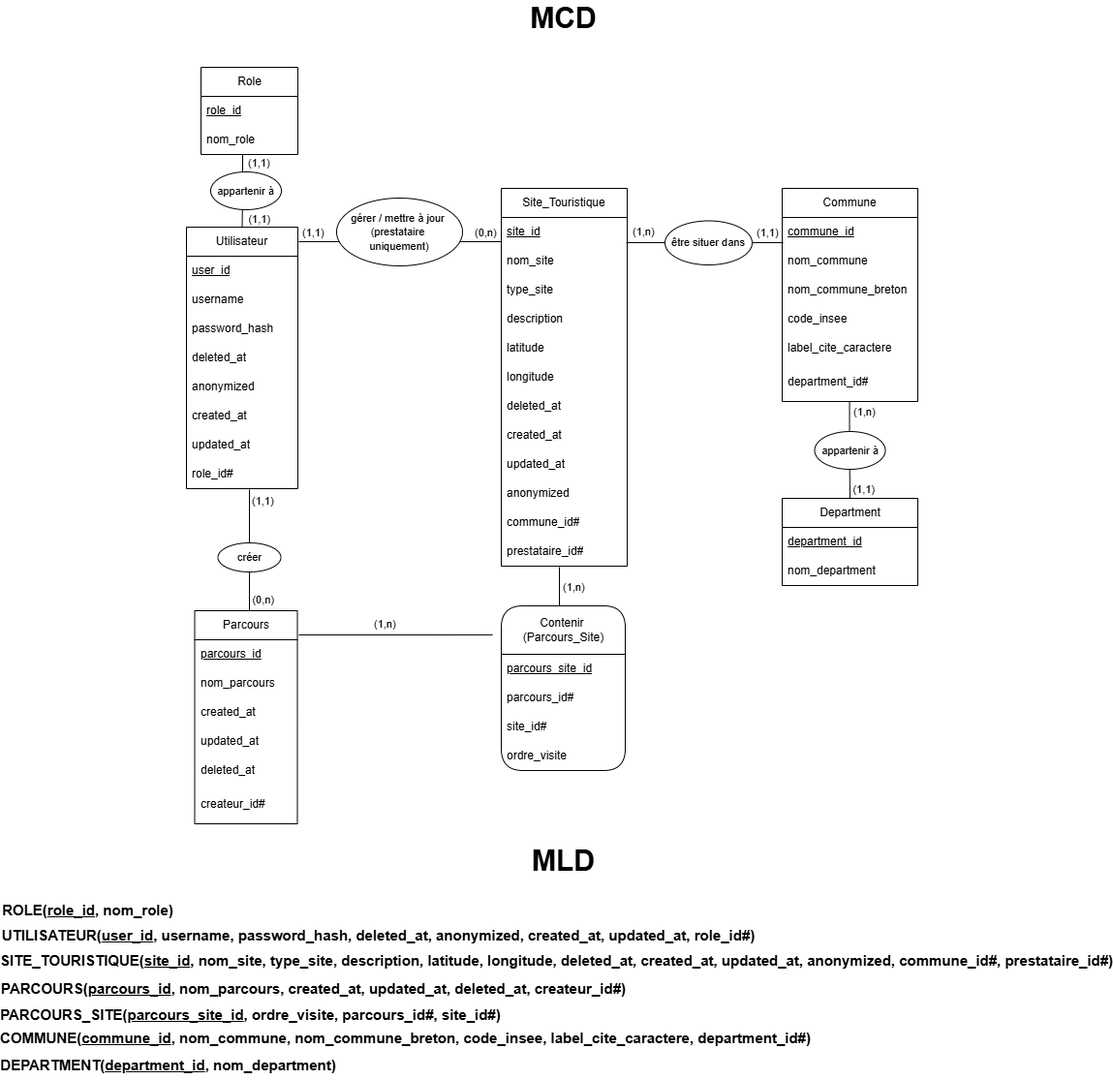
This is MCD_MLD_Lumea.png from go2375/Luma, a draw.io export, as it was before one commit. Source tidied: cells renumbered, new cells last; positions are measured from the earlier drawing's top-left corner, leaving out a move shared by most shapes.
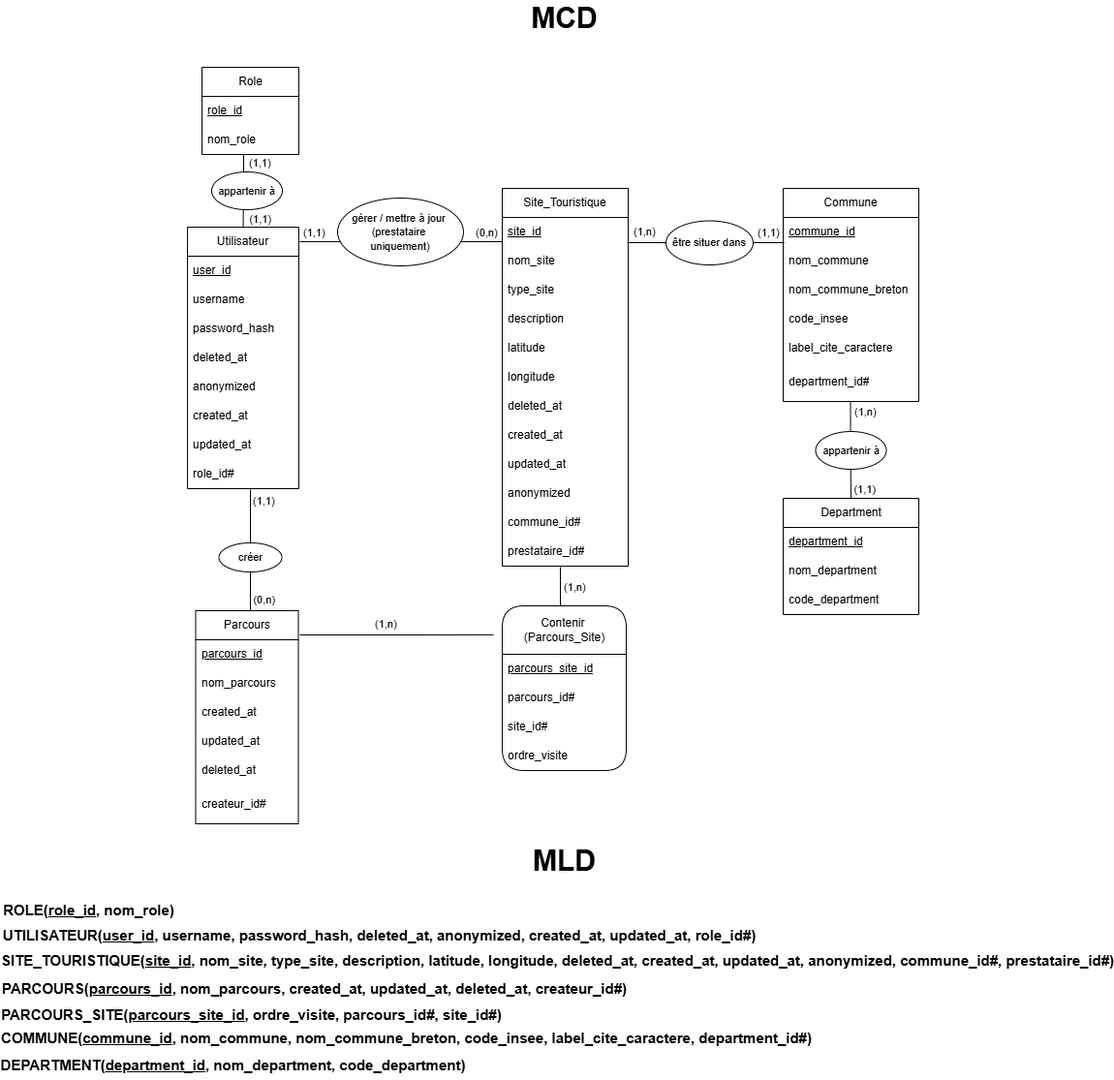
The same file after the commit.

What changed in the source:
```diff
@@ -89,7 +89,7 @@
       <mxGeometry y="140" width="128" height="30" as="geometry" />
     </mxCell>
     <mxCell id="28" value="Department" style="swimlane;fontStyle=0;horizontal=1;startSize=30;html=1;" parent="1" vertex="1">
-      <mxGeometry x="758" y="509" width="140" height="90" as="geometry" />
+      <mxGeometry x="758" y="509" width="140" height="120" as="geometry" />
     </mxCell>
     <mxCell id="29" value="&lt;u&gt;department_id&lt;/u&gt;" style="text;strokeColor=none;fillColor=none;align=left;verticalAlign=middle;spacingLeft=4;spacingRight=4;overflow=hidden;whiteSpace=wrap;html=1;" parent="28" vertex="1">
       <mxGeometry y="30" width="140" height="30" as="geometry" />
@@ -97,6 +97,9 @@
     <mxCell id="30" value="nom_department" style="text;strokeColor=none;fillColor=none;align=left;verticalAlign=middle;spacingLeft=4;spacingRight=4;overflow=hidden;whiteSpace=wrap;html=1;" parent="28" vertex="1">
       <mxGeometry y="60" width="140" height="30" as="geometry" />
     </mxCell>
+    <mxCell id="83" value="code_department" style="text;strokeColor=none;fillColor=none;align=left;verticalAlign=middle;spacingLeft=4;spacingRight=4;overflow=hidden;whiteSpace=wrap;html=1;" parent="28" vertex="1">
+      <mxGeometry y="90" width="140" height="30" as="geometry" />
+    </mxCell>
     <mxCell id="31" value="Commune" style="swimlane;fontStyle=0;horizontal=1;startSize=30;whiteSpace=wrap;html=1;" parent="1" vertex="1">
       <mxGeometry x="758" y="189" width="140" height="220" as="geometry" />
     </mxCell>
@@ -290,8 +293,8 @@
     <mxCell id="81" value="COMMUNE(&lt;u&gt;commune_id&lt;/u&gt;, nom_commune, nom_commune_breton, code_insee, label_cite_caractere, department_id#)" style="text;align=center;fontStyle=1;verticalAlign=middle;spacingLeft=3;spacingRight=3;strokeColor=none;html=1;fontSize=15;" parent="1" vertex="1">
       <mxGeometry x="329" y="1049" width="80" height="33" as="geometry" />
     </mxCell>
-    <mxCell id="82" value="DEPARTMENT(&lt;u&gt;department_id&lt;/u&gt;, nom_department)" style="text;align=center;fontStyle=1;verticalAlign=middle;spacingLeft=3;spacingRight=3;strokeColor=none;html=1;fontSize=15;" parent="1" vertex="1">
-      <mxGeometry x="83.5" y="1077" width="80" height="33" as="geometry" />
+    <mxCell id="82" value="DEPARTMENT(&lt;u&gt;department_id&lt;/u&gt;, nom_department, code_department)" style="text;align=center;fontStyle=1;verticalAlign=middle;spacingLeft=3;spacingRight=3;strokeColor=none;html=1;fontSize=15;" parent="1" vertex="1">
+      <mxGeometry x="149.5" y="1077" width="80" height="33" as="geometry" />
     </mxCell>
   </root>
 </mxGraphModel>
```
